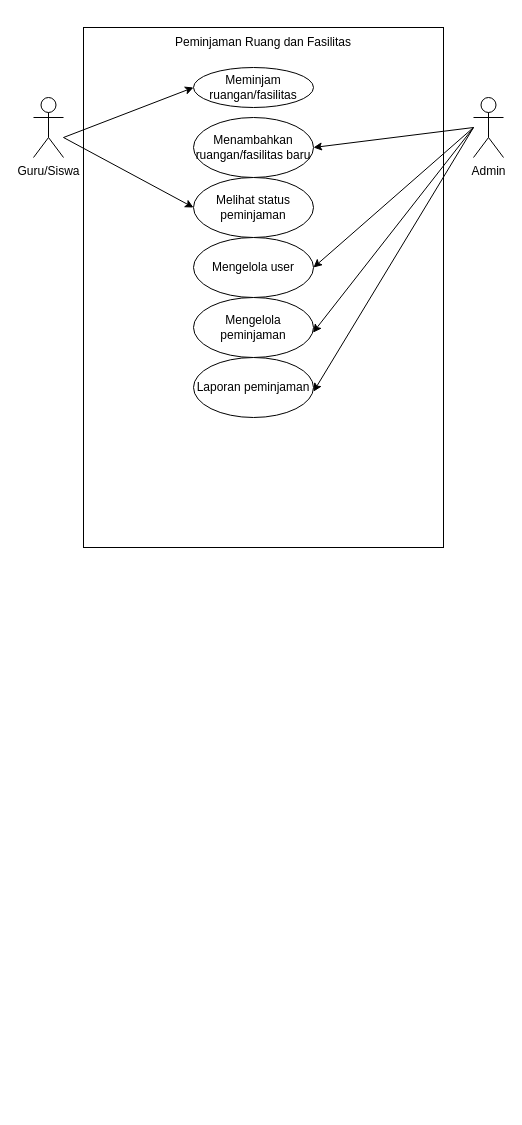
Earlier version of the draw.io diagram Use Case.drawio (ieatcheese99/Framework). Source tidied: cells renumbered, new cells numbered last; positions are measured from the earlier drawing's top-left corner, leaving out a move shared by most shapes. Both pictures are drawn from the tidied source at 100%, with x=0, y=0 at pixel (33, 27).
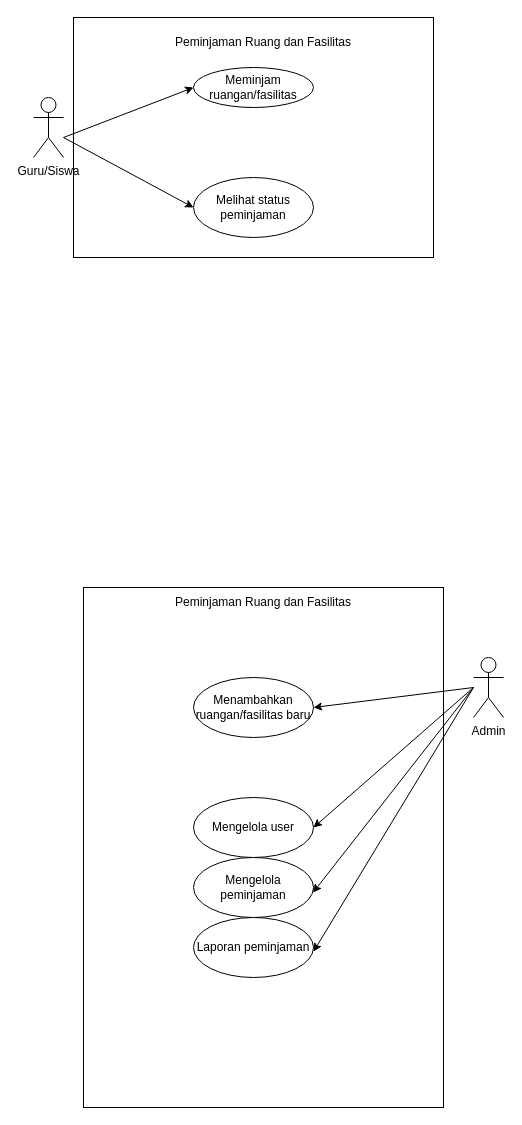
The same page after the edit.

The edit, as a diff of the source:
```diff
@@
     <mxCell id="2" style="rounded=0;whiteSpace=wrap;html=1;" parent="1" vertex="1">
-      <mxGeometry x="50" width="360" height="520" as="geometry" />
+      <mxGeometry x="40" y="-10" width="360" height="240" as="geometry" />
     </mxCell>
@@
+    <mxCell id="6" value="Meminjam ruangan/fasilitas" style="ellipse;whiteSpace=wrap;html=1;" parent="1" vertex="1">
+      <mxGeometry x="160" y="40" width="120" height="40" as="geometry" />
+    </mxCell>
+    <mxCell id="8" value="Melihat status peminjaman" style="ellipse;whiteSpace=wrap;html=1;" parent="1" vertex="1">
+      <mxGeometry x="160" y="150" width="120" height="60" as="geometry" />
+    </mxCell>
+    <mxCell id="12" style="endArrow=classic;html=1;rounded=0;" parent="1" edge="1">
+      <mxGeometry relative="1" as="geometry">
+        <mxPoint x="30" y="110" as="sourcePoint" />
+        <mxPoint x="160" y="180" as="targetPoint" />
+      </mxGeometry>
+    </mxCell>
+    <mxCell id="13" style="endArrow=classic;html=1;rounded=0;" parent="1" edge="1">
+      <mxGeometry relative="1" as="geometry">
+        <mxPoint x="30" y="110" as="sourcePoint" />
+        <mxPoint x="160" y="60" as="targetPoint" />
+      </mxGeometry>
+    </mxCell>
+    <mxCell id="18" style="rounded=0;whiteSpace=wrap;html=1;" parent="1" vertex="1">
+      <mxGeometry x="50" y="560" width="360" height="520" as="geometry" />
+    </mxCell>
+    <mxCell id="19" value="Peminjaman Ruang dan Fasilitas" style="text;html=1;align=center;verticalAlign=middle;whiteSpace=wrap;rounded=0;strokeWidth=1;" parent="1" vertex="1">
+      <mxGeometry x="110" y="560" width="240" height="30" as="geometry" />
+    </mxCell>
     <mxCell id="5" value="Admin" style="shape=umlActor;verticalLabelPosition=bottom;verticalAlign=top;html=1;" parent="1" vertex="1">
-      <mxGeometry x="440" y="70" width="30" height="60" as="geometry" />
+      <mxGeometry x="440" y="630" width="30" height="60" as="geometry" />
     </mxCell>
-    <mxCell id="6" value="Meminjam ruangan/fasilitas" style="ellipse;whiteSpace=wrap;html=1;" parent="1" vertex="1">
-      <mxGeometry x="160" y="40" width="120" height="40" as="geometry" />
-    </mxCell>
     <mxCell id="7" value="Menambahkan&lt;div&gt;ruangan/fasilitas baru&lt;/div&gt;" style="ellipse;whiteSpace=wrap;html=1;" parent="1" vertex="1">
-      <mxGeometry x="160" y="90" width="120" height="60" as="geometry" />
+      <mxGeometry x="160" y="650" width="120" height="60" as="geometry" />
     </mxCell>
-    <mxCell id="8" value="Melihat status peminjaman" style="ellipse;whiteSpace=wrap;html=1;" parent="1" vertex="1">
-      <mxGeometry x="160" y="150" width="120" height="60" as="geometry" />
-    </mxCell>
     <mxCell id="9" value="Mengelola user" style="ellipse;whiteSpace=wrap;html=1;" parent="1" vertex="1">
-      <mxGeometry x="160" y="210" width="120" height="60" as="geometry" />
+      <mxGeometry x="160" y="770" width="120" height="60" as="geometry" />
     </mxCell>
     <mxCell id="10" value="Mengelola peminjaman" style="ellipse;whiteSpace=wrap;html=1;" parent="1" vertex="1">
-      <mxGeometry x="160" y="270" width="120" height="60" as="geometry" />
+      <mxGeometry x="160" y="830" width="120" height="60" as="geometry" />
     </mxCell>
     <mxCell id="11" value="Laporan peminjaman" style="ellipse;whiteSpace=wrap;html=1;" parent="1" vertex="1">
-      <mxGeometry x="160" y="330" width="120" height="60" as="geometry" />
+      <mxGeometry x="160" y="890" width="120" height="60" as="geometry" />
     </mxCell>
-    <mxCell id="12" style="endArrow=classic;html=1;rounded=0;" parent="1" edge="1">
-      <mxGeometry relative="1" as="geometry">
-        <mxPoint x="30" y="110" as="sourcePoint" />
-        <mxPoint x="160" y="180" as="targetPoint" />
-      </mxGeometry>
-    </mxCell>
-    <mxCell id="13" style="endArrow=classic;html=1;rounded=0;" parent="1" edge="1">
-      <mxGeometry relative="1" as="geometry">
-        <mxPoint x="30" y="110" as="sourcePoint" />
-        <mxPoint x="160" y="60" as="targetPoint" />
-      </mxGeometry>
-    </mxCell>
-    <mxCell id="14" style="endArrow=classic;html=1;rounded=0;entryX=1;entryY=0.5;entryDx=0;entryDy=0;" parent="1" edge="1" target="7">
-      <mxGeometry relative="1" as="geometry">
-        <mxPoint x="440" y="100" as="sourcePoint" />
-      </mxGeometry>
-    </mxCell>
-    <mxCell id="15" style="endArrow=classic;html=1;rounded=0;entryX=1;entryY=0.569;entryDx=0;entryDy=0;entryPerimeter=0;" parent="1" edge="1" target="11">
-      <mxGeometry relative="1" as="geometry">
-        <mxPoint x="440" y="100" as="sourcePoint" />
-      </mxGeometry>
-    </mxCell>
-    <mxCell id="16" style="endArrow=classic;html=1;rounded=0;entryX=0.996;entryY=0.585;entryDx=0;entryDy=0;entryPerimeter=0;" parent="1" edge="1" target="10">
-      <mxGeometry relative="1" as="geometry">
-        <mxPoint x="440" y="100" as="sourcePoint" />
-      </mxGeometry>
-    </mxCell>
-    <mxCell id="17" style="endArrow=classic;html=1;rounded=0;entryX=1;entryY=0.5;entryDx=0;entryDy=0;" parent="1" edge="1" target="9">
-      <mxGeometry relative="1" as="geometry">
-        <mxPoint x="440" y="100" as="sourcePoint" />
-      </mxGeometry>
-    </mxCell>
+    <mxCell id="20" style="endArrow=classic;html=1;rounded=0;entryX=1;entryY=0.5;entryDx=0;entryDy=0;" parent="1" edge="1" target="7">
+      <mxGeometry relative="1" as="geometry">
+        <mxPoint x="440" y="660" as="sourcePoint" />
+      </mxGeometry>
+    </mxCell>
+    <mxCell id="21" style="endArrow=classic;html=1;rounded=0;entryX=1;entryY=0.569;entryDx=0;entryDy=0;entryPerimeter=0;" parent="1" edge="1" target="11">
+      <mxGeometry relative="1" as="geometry">
+        <mxPoint x="440" y="660" as="sourcePoint" />
+      </mxGeometry>
+    </mxCell>
+    <mxCell id="22" style="endArrow=classic;html=1;rounded=0;entryX=0.996;entryY=0.585;entryDx=0;entryDy=0;entryPerimeter=0;" parent="1" edge="1" target="10">
+      <mxGeometry relative="1" as="geometry">
+        <mxPoint x="440" y="660" as="sourcePoint" />
+      </mxGeometry>
+    </mxCell>
+    <mxCell id="23" style="endArrow=classic;html=1;rounded=0;entryX=1;entryY=0.5;entryDx=0;entryDy=0;" parent="1" edge="1" target="9">
+      <mxGeometry relative="1" as="geometry">
+        <mxPoint x="440" y="660" as="sourcePoint" />
+      </mxGeometry>
+    </mxCell>
```
